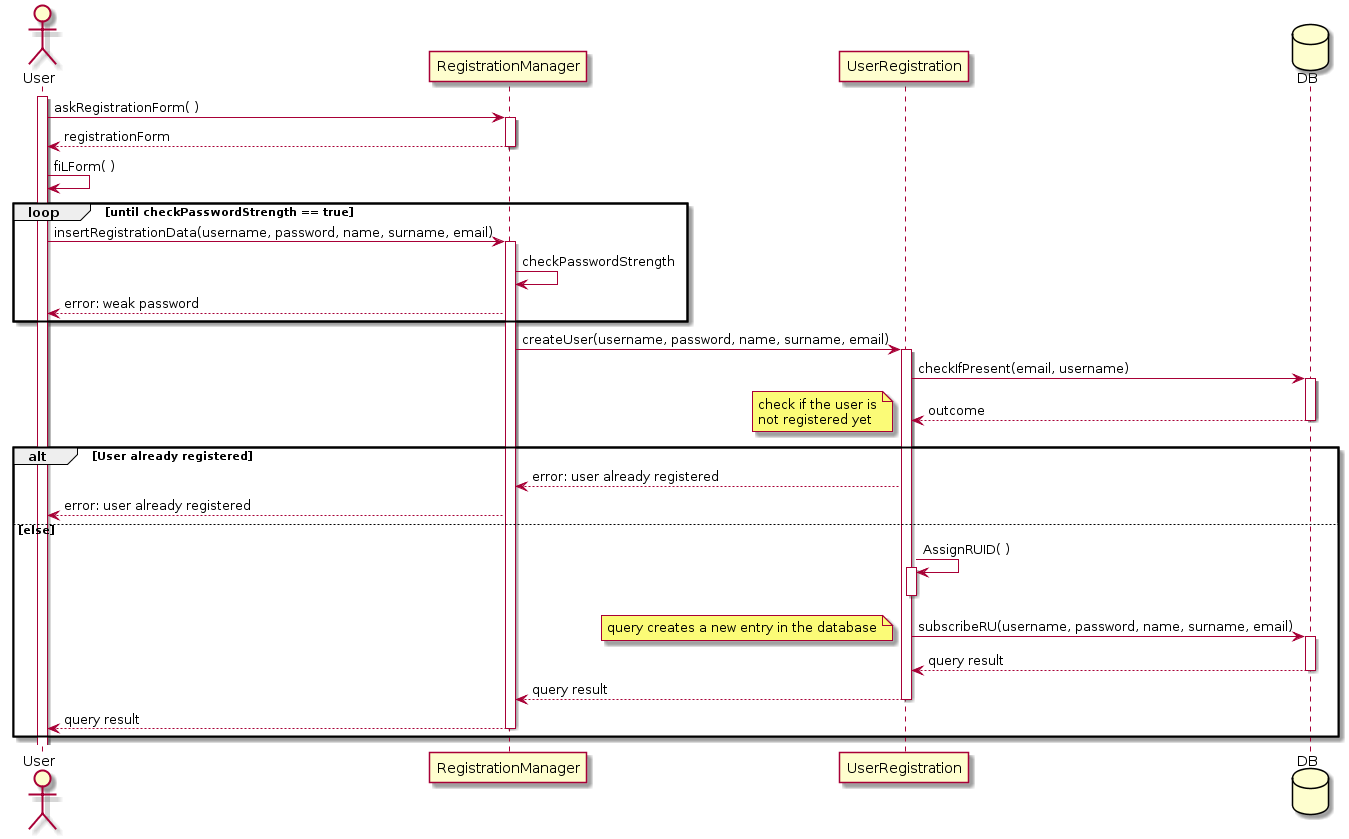
Earlier version of the PlantUML export DD/Images/seqDiag_userReg.png (fafrullo2/PanzeriPeruginiPipita).
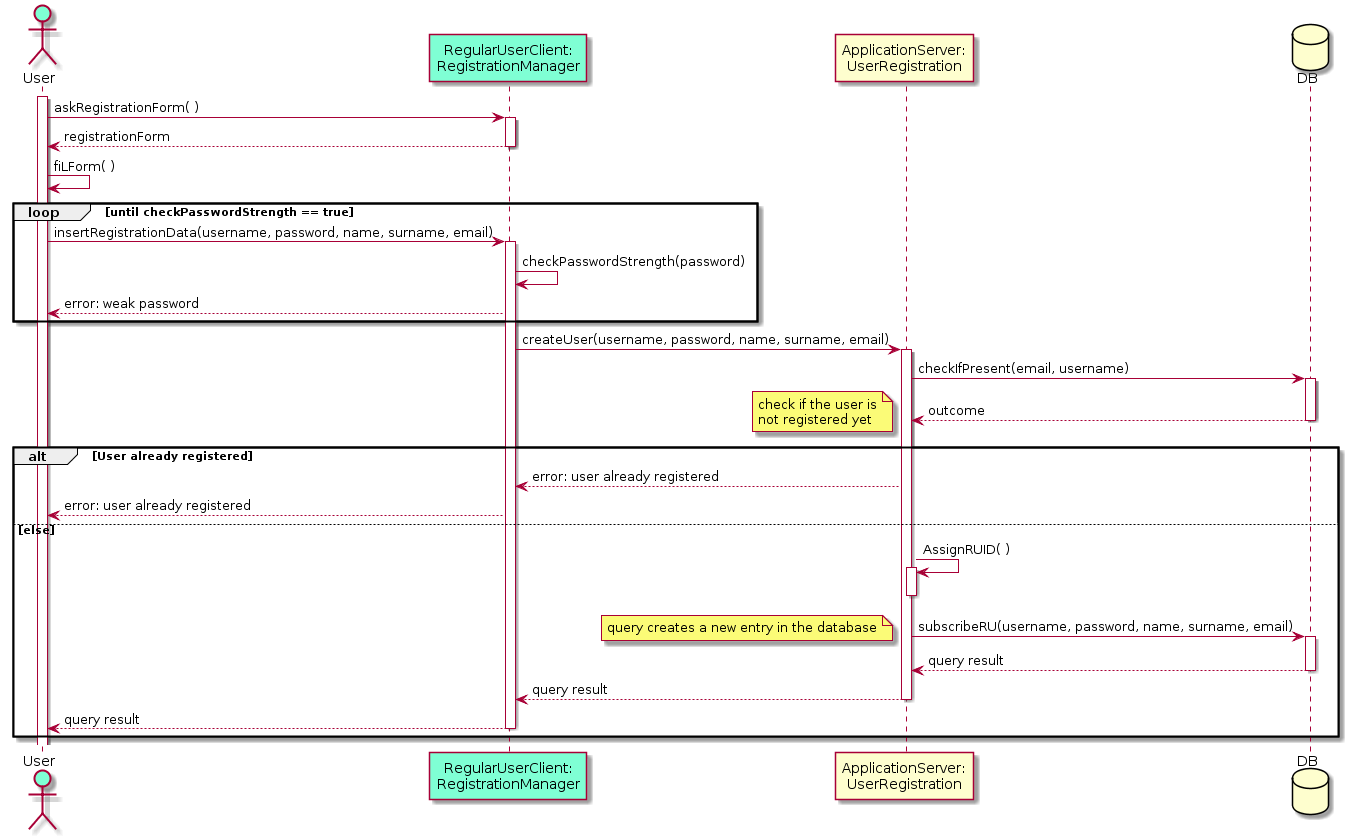
Later version of the same file.

Diff of the diagram source:
```diff
@@ -1,12 +1,12 @@
 @startuml
-actor User order 10
-participant RegistrationManager order 20
-participant UserRegistration order 30
+actor User order 10 #Aquamarine
+participant Client as "RegularUserClient:\nRegistrationManager" order 20 #Aquamarine
+participant Server as "ApplicationServer:\nUserRegistration" order 30
 database DB order 30
 
 activate User
-User -> RegistrationManager: askRegistrationForm( )
-activate RegistrationManager
+User -> Client : askRegistrationForm( )
+activate Client
 
 return registrationForm
 
@@ -15,17 +15,17 @@
 
 
 loop until checkPasswordStrength == true
-    User -> RegistrationManager : insertRegistrationData(username, password, name, surname, email)
-    activate RegistrationManager
-    RegistrationManager -> RegistrationManager: checkPasswordStrength
-    User <-- RegistrationManager: error: weak password
+    User -> Client  : insertRegistrationData(username, password, name, surname, email)
+    activate Client
+    Client  -> Client : checkPasswordStrength(password)
+    User <-- Client : error: weak password
 
 end
 
-RegistrationManager -> UserRegistration: createUser(username, password, name, surname, email)
-activate UserRegistration
+Client  -> Server : createUser(username, password, name, surname, email)
+activate Server
 
-UserRegistration -> DB: checkIfPresent(email, username)
+Server  -> DB: checkIfPresent(email, username)
 activate DB
 return outcome
 
@@ -35,15 +35,15 @@
 end note
 
 alt User already registered
-	RegistrationManager <-- UserRegistration: error: user already registered
-    User <-- RegistrationManager: error: user already registered
+	Client  <-- Server : error: user already registered
+    User <-- Client : error: user already registered
 
 else  else
-	UserRegistration -> UserRegistration: AssignRUID( )
-	activate UserRegistration
-	deactivate UserRegistration
+	Server  -> Server : AssignRUID( )
+	activate Server
+	deactivate Server
 
-	UserRegistration -> DB: subscribeRU(username, password, name, surname, email)
+	Server  -> DB: subscribeRU(username, password, name, surname, email)
 	activate DB
 
         note left: query creates a new entry in the database
```
